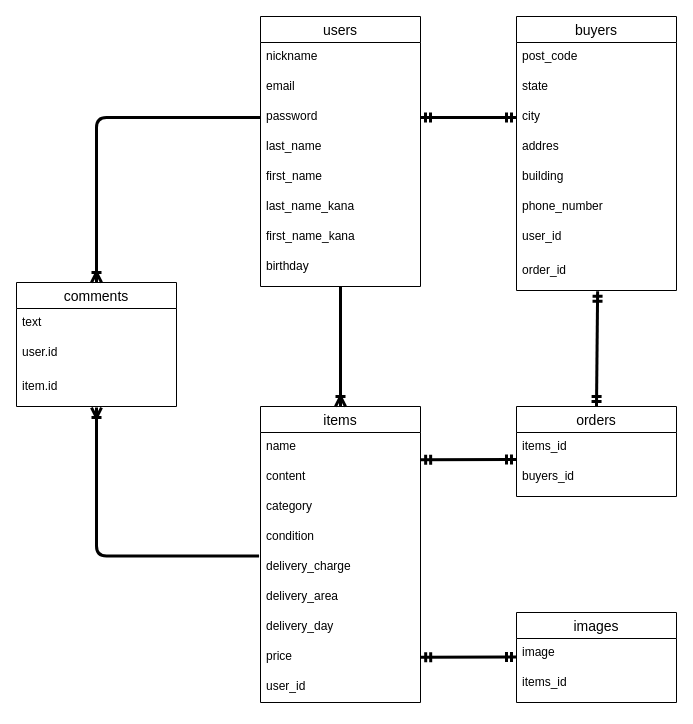
Earlier version of the draw.io diagram er.dio (ap0424ts/furima-38605). Source tidied: cells renumbered, new cells numbered last; positions are measured from the earlier drawing's top-left corner, leaving out a move shared by most shapes. Both pictures are drawn from the tidied source at 100%, with x=0, y=0 at pixel (16, 16).
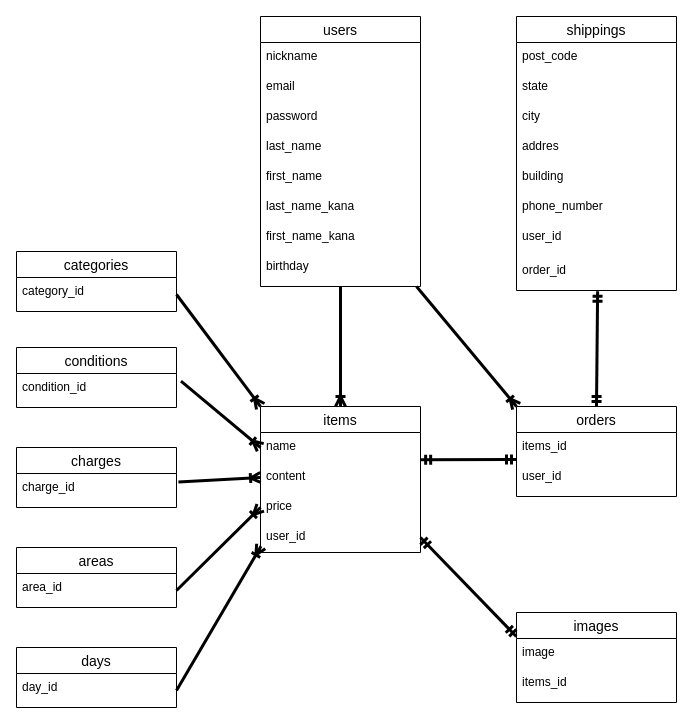
The same diagram, later.

Commit message (it also covers changes not shown here):
データベース設計の修正(1回目)

Unchanged cells that the change refers to:
```xml
<mxCell id="5" value="password" style="text;strokeColor=none;fillColor=none;spacingLeft=4;spacingRight=4;overflow=hidden;points=[[0,0.5],[1,0.5]];portConstraint=eastwest;fontSize=12;" parent="2" vertex="1">
  <mxGeometry y="86" width="160" height="30" as="geometry" />
</mxCell>
<mxCell id="12" value="name" style="text;strokeColor=none;fillColor=none;spacingLeft=4;spacingRight=4;overflow=hidden;points=[[0,0.5],[1,0.5]];portConstraint=eastwest;fontSize=12;" parent="11" vertex="1">
  <mxGeometry y="26" width="160" height="30" as="geometry" />
</mxCell>
<mxCell id="13" value="content" style="text;strokeColor=none;fillColor=none;spacingLeft=4;spacingRight=4;overflow=hidden;points=[[0,0.5],[1,0.5]];portConstraint=eastwest;fontSize=12;" parent="11" vertex="1">
  <mxGeometry y="56" width="160" height="30" as="geometry" />
</mxCell>
<mxCell id="24" value="city" style="text;strokeColor=none;fillColor=none;spacingLeft=4;spacingRight=4;overflow=hidden;points=[[0,0.5],[1,0.5]];portConstraint=eastwest;fontSize=12;" parent="21" vertex="1">
  <mxGeometry y="86" width="160" height="30" as="geometry" />
</mxCell>
<mxCell id="30" value="orders" style="swimlane;fontStyle=0;horizontal=1;startSize=26;align=center;fontSize=14;" parent="1" vertex="1">
  <mxGeometry x="500" y="390" width="160" height="90" as="geometry" />
</mxCell>
```

Diff of the diagram source:
```diff
@@
     <mxCell id="11" value="items" style="swimlane;fontStyle=0;horizontal=1;startSize=26;align=center;fontSize=14;" parent="1" vertex="1">
-      <mxGeometry x="244" y="390" width="160" height="296" as="geometry" />
+      <mxGeometry x="244" y="390" width="160" height="146" as="geometry" />
     </mxCell>
@@
-    <mxCell id="14" value="category" style="text;strokeColor=none;fillColor=none;spacingLeft=4;spacingRight=4;overflow=hidden;fontSize=12;" parent="11" vertex="1">
-      <mxGeometry y="86" width="160" height="30" as="geometry" />
-    </mxCell>
-    <mxCell id="15" value="condition" style="text;strokeColor=none;fillColor=none;spacingLeft=4;spacingRight=4;overflow=hidden;fontSize=12;" parent="11" vertex="1">
-      <mxGeometry y="116" width="160" height="30" as="geometry" />
-    </mxCell>
-    <mxCell id="16" value="delivery_charge" style="text;strokeColor=none;fillColor=none;spacingLeft=4;spacingRight=4;overflow=hidden;points=[[0,0.5],[1,0.5]];portConstraint=eastwest;fontSize=12;" parent="11" vertex="1">
-      <mxGeometry y="146" width="160" height="30" as="geometry" />
-    </mxCell>
-    <mxCell id="17" value="delivery_area" style="text;strokeColor=none;fillColor=none;spacingLeft=4;spacingRight=4;overflow=hidden;fontSize=12;" parent="11" vertex="1">
-      <mxGeometry y="176" width="160" height="30" as="geometry" />
-    </mxCell>
-    <mxCell id="18" value="delivery_day" style="text;strokeColor=none;fillColor=none;spacingLeft=4;spacingRight=4;overflow=hidden;fontSize=12;" parent="11" vertex="1">
-      <mxGeometry y="206" width="160" height="30" as="geometry" />
-    </mxCell>
     <mxCell id="19" value="price" style="text;strokeColor=none;fillColor=none;spacingLeft=4;spacingRight=4;overflow=hidden;points=[[0,0.5],[1,0.5]];portConstraint=eastwest;fontSize=12;" parent="11" vertex="1">
-      <mxGeometry y="236" width="160" height="30" as="geometry" />
+      <mxGeometry y="86" width="160" height="30" as="geometry" />
     </mxCell>
     <mxCell id="20" value="user_id" style="text;strokeColor=none;fillColor=none;spacingLeft=4;spacingRight=4;overflow=hidden;points=[[0,0.5],[1,0.5]];portConstraint=eastwest;fontSize=12;" parent="11" vertex="1">
-      <mxGeometry y="266" width="160" height="30" as="geometry" />
+      <mxGeometry y="116" width="160" height="30" as="geometry" />
     </mxCell>
-    <mxCell id="21" value="buyers" style="swimlane;fontStyle=0;horizontal=1;startSize=26;align=center;fontSize=14;" parent="1" vertex="1">
+    <mxCell id="21" value="shippings" style="swimlane;fontStyle=0;horizontal=1;startSize=26;align=center;fontSize=14;" parent="1" vertex="1">
       <mxGeometry x="500" width="160" height="274" as="geometry" />
     </mxCell>
@@
-    <mxCell id="32" value="buyers_id" style="text;strokeColor=none;fillColor=none;spacingLeft=4;spacingRight=4;overflow=hidden;fontSize=12;" parent="30" vertex="1">
+    <mxCell id="32" value="user_id" style="text;strokeColor=none;fillColor=none;spacingLeft=4;spacingRight=4;overflow=hidden;fontSize=12;" parent="30" vertex="1">
       <mxGeometry y="56" width="160" height="34" as="geometry" />
     </mxCell>
-    <mxCell id="33" value="comments" style="swimlane;fontStyle=0;horizontal=1;startSize=26;align=center;fontSize=14;" parent="1" vertex="1">
-      <mxGeometry y="266" width="160" height="124" as="geometry" />
-    </mxCell>
-    <mxCell id="34" value="text" style="text;strokeColor=none;fillColor=none;spacingLeft=4;spacingRight=4;overflow=hidden;fontSize=12;" parent="33" vertex="1">
-      <mxGeometry y="26" width="160" height="30" as="geometry" />
-    </mxCell>
-    <mxCell id="35" value="user.id" style="text;strokeColor=none;fillColor=none;spacingLeft=4;spacingRight=4;overflow=hidden;fontSize=12;" parent="33" vertex="1">
-      <mxGeometry y="56" width="160" height="34" as="geometry" />
-    </mxCell>
-    <mxCell id="36" value="item.id" style="text;strokeColor=none;fillColor=none;spacingLeft=4;spacingRight=4;overflow=hidden;points=[[0,0.5],[1,0.5]];portConstraint=eastwest;fontSize=12;" parent="33" vertex="1">
-      <mxGeometry y="90" width="160" height="34" as="geometry" />
-    </mxCell>
@@
-    <mxCell id="40" style="edgeStyle=elbowEdgeStyle;fontSize=12;html=1;endArrow=ERoneToMany;strokeWidth=3;exitX=0;exitY=0.5;exitDx=0;exitDy=0;entryX=0.5;entryY=0;entryDx=0;entryDy=0;" parent="1" edge="1" source="5" target="33">
-      <mxGeometry relative="1" as="geometry">
-        <Array as="points">
-          <mxPoint x="80" y="96" />
-        </Array>
-      </mxGeometry>
-    </mxCell>
@@
-    <mxCell id="44" style="edgeStyle=elbowEdgeStyle;fontSize=12;html=1;endArrow=ERoneToMany;strokeWidth=3;exitX=-0.009;exitY=0.116;exitDx=0;exitDy=0;exitPerimeter=0;entryX=0.497;entryY=1.031;entryDx=0;entryDy=0;entryPerimeter=0;" parent="1" edge="1" source="16" target="36">
-      <mxGeometry relative="1" as="geometry">
-        <Array as="points">
-          <mxPoint x="80" y="546" />
-        </Array>
-      </mxGeometry>
-    </mxCell>
-    <mxCell id="45" style="fontSize=12;html=1;endArrow=ERmandOne;startArrow=ERmandOne;strokeWidth=3;exitX=1.001;exitY=0.911;exitDx=0;exitDy=0;exitPerimeter=0;entryX=0;entryY=0.9;entryDx=0;entryDy=0;entryPerimeter=0;" parent="1" edge="1">
+    <mxCell id="45" style="fontSize=12;html=1;endArrow=ERmandOne;startArrow=ERmandOne;strokeWidth=3;exitX=1;exitY=0.5;exitDx=0;exitDy=0;entryX=0;entryY=0.9;entryDx=0;entryDy=0;entryPerimeter=0;" parent="1" edge="1" source="20">
       <mxGeometry relative="1" as="geometry">
-        <mxPoint x="404.2" y="640.7" as="sourcePoint" />
-        <mxPoint x="500" y="640.4" as="targetPoint" />
+        <mxPoint x="499.8" y="620" as="targetPoint" />
       </mxGeometry>
     </mxCell>
-    <mxCell id="46" style="fontSize=12;html=1;endArrow=ERmandOne;startArrow=ERmandOne;strokeWidth=3;entryX=0;entryY=0.5;entryDx=0;entryDy=0;exitX=1;exitY=0.5;exitDx=0;exitDy=0;" parent="1" edge="1" source="5" target="24">
-      <mxGeometry relative="1" as="geometry" />
-    </mxCell>
+    <mxCell id="47" style="fontSize=12;html=1;endArrow=ERoneToMany;entryX=0;entryY=0;entryDx=0;entryDy=0;strokeWidth=3;" parent="1" edge="1" target="30">
+      <mxGeometry relative="1" as="geometry">
+        <mxPoint x="400" y="270" as="sourcePoint" />
+      </mxGeometry>
+    </mxCell>
+    <mxCell id="48" value="categories" style="swimlane;fontStyle=0;horizontal=1;startSize=26;align=center;fontSize=14;" parent="1" vertex="1">
+      <mxGeometry y="235" width="160" height="60" as="geometry" />
+    </mxCell>
+    <mxCell id="49" value="category_id" style="text;strokeColor=none;fillColor=none;spacingLeft=4;spacingRight=4;overflow=hidden;points=[[0,0.5],[1,0.5]];portConstraint=eastwest;fontSize=12;" parent="48" vertex="1">
+      <mxGeometry y="26" width="160" height="34" as="geometry" />
+    </mxCell>
+    <mxCell id="50" value="conditions" style="swimlane;fontStyle=0;horizontal=1;startSize=26;align=center;fontSize=14;" parent="1" vertex="1">
+      <mxGeometry y="331" width="160" height="60" as="geometry" />
+    </mxCell>
+    <mxCell id="51" value="condition_id" style="text;strokeColor=none;fillColor=none;spacingLeft=4;spacingRight=4;overflow=hidden;points=[[0,0.5],[1,0.5]];portConstraint=eastwest;fontSize=12;" parent="50" vertex="1">
+      <mxGeometry y="26" width="160" height="34" as="geometry" />
+    </mxCell>
+    <mxCell id="52" value="charges" style="swimlane;fontStyle=0;horizontal=1;startSize=26;align=center;fontSize=14;" parent="1" vertex="1">
+      <mxGeometry y="431" width="160" height="60" as="geometry" />
+    </mxCell>
+    <mxCell id="53" value="charge_id" style="text;strokeColor=none;fillColor=none;spacingLeft=4;spacingRight=4;overflow=hidden;points=[[0,0.5],[1,0.5]];portConstraint=eastwest;fontSize=12;" parent="52" vertex="1">
+      <mxGeometry y="26" width="160" height="34" as="geometry" />
+    </mxCell>
+    <mxCell id="54" value="areas" style="swimlane;fontStyle=0;horizontal=1;startSize=26;align=center;fontSize=14;" parent="1" vertex="1">
+      <mxGeometry y="531" width="160" height="60" as="geometry" />
+    </mxCell>
+    <mxCell id="55" value="area_id" style="text;strokeColor=none;fillColor=none;spacingLeft=4;spacingRight=4;overflow=hidden;points=[[0,0.5],[1,0.5]];portConstraint=eastwest;fontSize=12;" parent="54" vertex="1">
+      <mxGeometry y="26" width="160" height="34" as="geometry" />
+    </mxCell>
+    <mxCell id="56" value="days" style="swimlane;fontStyle=0;horizontal=1;startSize=26;align=center;fontSize=14;" parent="1" vertex="1">
+      <mxGeometry y="631" width="160" height="60" as="geometry" />
+    </mxCell>
+    <mxCell id="57" value="day_id" style="text;strokeColor=none;fillColor=none;spacingLeft=4;spacingRight=4;overflow=hidden;points=[[0,0.5],[1,0.5]];portConstraint=eastwest;fontSize=12;" parent="56" vertex="1">
+      <mxGeometry y="26" width="160" height="34" as="geometry" />
+    </mxCell>
+    <mxCell id="58" style="fontSize=12;html=1;endArrow=ERoneToMany;strokeWidth=3;exitX=1;exitY=0.5;exitDx=0;exitDy=0;entryX=0;entryY=0;entryDx=0;entryDy=0;" parent="1" edge="1" source="49" target="11">
+      <mxGeometry relative="1" as="geometry" />
+    </mxCell>
+    <mxCell id="59" style="fontSize=12;html=1;endArrow=ERoneToMany;strokeWidth=3;exitX=1.028;exitY=0.223;exitDx=0;exitDy=0;entryX=0;entryY=0.5;entryDx=0;entryDy=0;exitPerimeter=0;" parent="1" edge="1" source="51" target="12">
+      <mxGeometry relative="1" as="geometry" />
+    </mxCell>
+    <mxCell id="60" style="fontSize=12;html=1;endArrow=ERoneToMany;strokeWidth=3;exitX=1.012;exitY=0.248;exitDx=0;exitDy=0;entryX=0;entryY=0.5;entryDx=0;entryDy=0;exitPerimeter=0;" parent="1" edge="1" source="53" target="13">
+      <mxGeometry relative="1" as="geometry" />
+    </mxCell>
+    <mxCell id="61" style="fontSize=12;html=1;endArrow=ERoneToMany;strokeWidth=3;exitX=1;exitY=0.5;exitDx=0;exitDy=0;entryX=0;entryY=0.5;entryDx=0;entryDy=0;" parent="1" edge="1" source="55" target="19">
+      <mxGeometry relative="1" as="geometry" />
+    </mxCell>
+    <mxCell id="62" style="fontSize=12;html=1;endArrow=ERoneToMany;strokeWidth=3;exitX=1;exitY=0.5;exitDx=0;exitDy=0;entryX=0.003;entryY=0.793;entryDx=0;entryDy=0;entryPerimeter=0;" parent="1" edge="1" source="57" target="20">
+      <mxGeometry relative="1" as="geometry" />
+    </mxCell>
```
